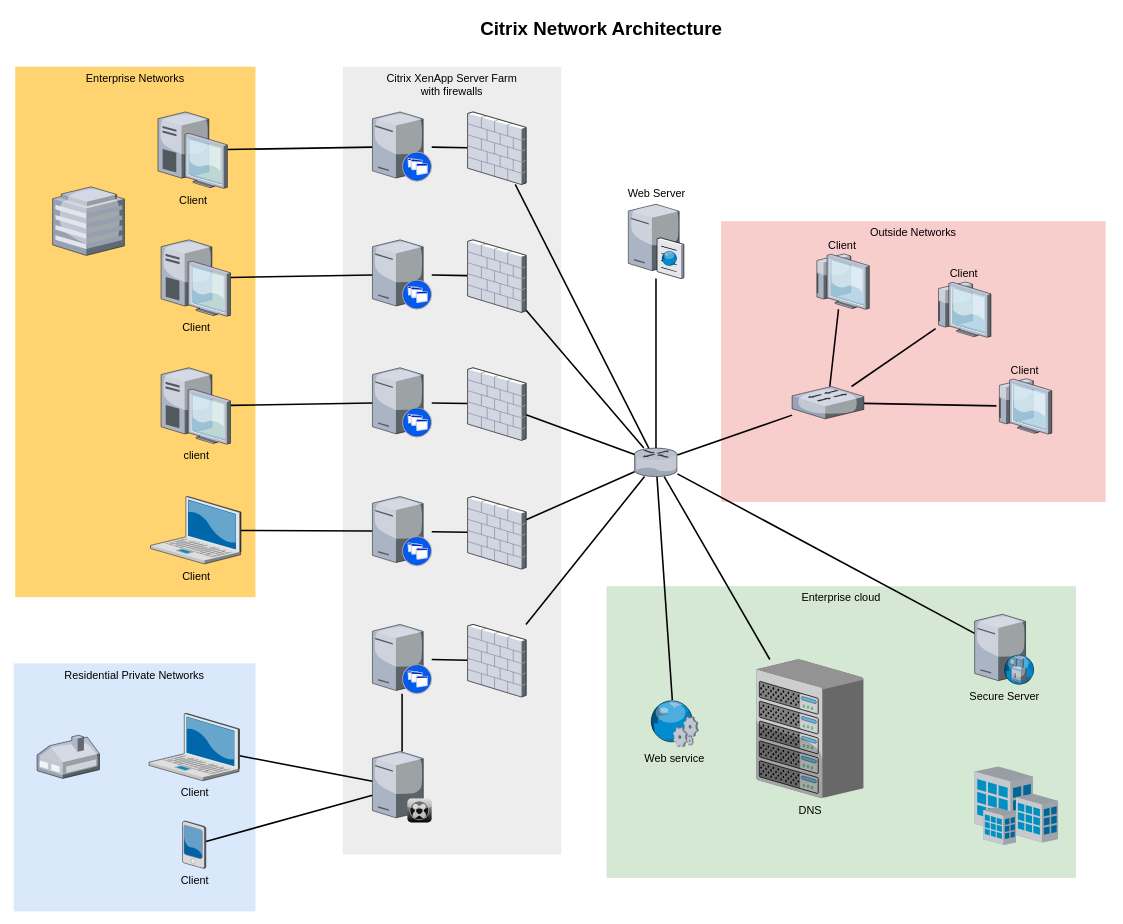
The draw.io diagram Untitled Diagram.drawio in IzharSalvanaSyed/Cyber-Security-Homelab, before the edit. Source tidied: cells renumbered, new cells numbered last; positions are measured from the earlier drawing's top-left corner, leaving out a move shared by most shapes. Both pictures are drawn from the tidied source at 78%, with x=0, y=0 at pixel (13, 13).
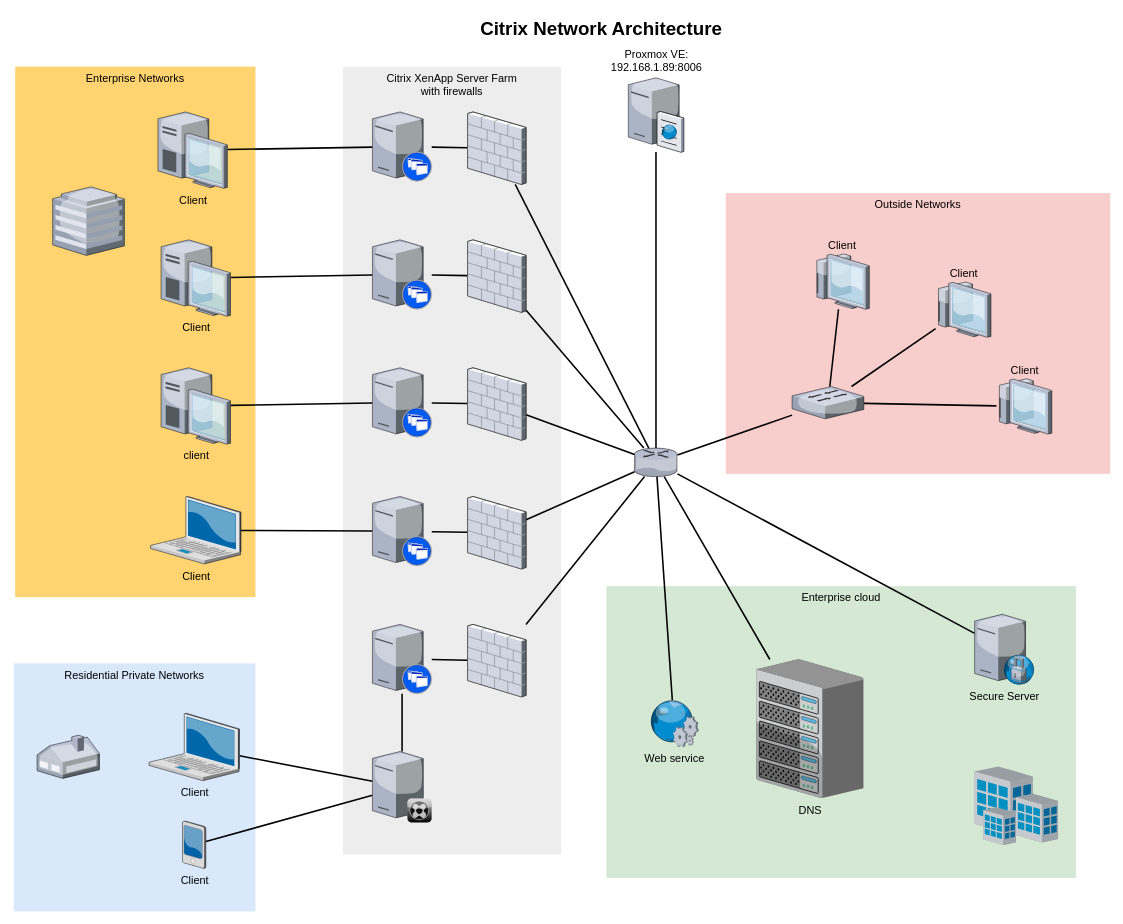
Above is the later version.

What changed in the source:
```diff
@@
     <mxCell id="2" value="Outside Networks" style="whiteSpace=wrap;html=1;fillColor=#f8cecc;fontSize=14;strokeColor=none;verticalAlign=top;" parent="1" vertex="1">
-      <mxGeometry x="907" y="266" width="493" height="360" as="geometry" />
+      <mxGeometry x="913" y="230" width="493" height="360" as="geometry" />
     </mxCell>
@@
-    <mxCell id="36" value="Web Server" style="verticalLabelPosition=top;html=1;verticalAlign=bottom;strokeColor=none;shape=mxgraph.citrix.cache_server;fillColor=#66B2FF;gradientColor=#0066CC;fontSize=14;labelPosition=center;align=center;" parent="1" vertex="1">
-      <mxGeometry x="788" y="242" width="71" height="97.5" as="geometry" />
+    <mxCell id="36" value="Proxmox VE:&lt;br&gt;192.168.1.89:8006&lt;br&gt;" style="verticalLabelPosition=top;html=1;verticalAlign=bottom;strokeColor=none;shape=mxgraph.citrix.cache_server;fillColor=#66B2FF;gradientColor=#0066CC;fontSize=14;labelPosition=center;align=center;" parent="1" vertex="1">
+      <mxGeometry x="788" y="80" width="71" height="97.5" as="geometry" />
     </mxCell>
```
